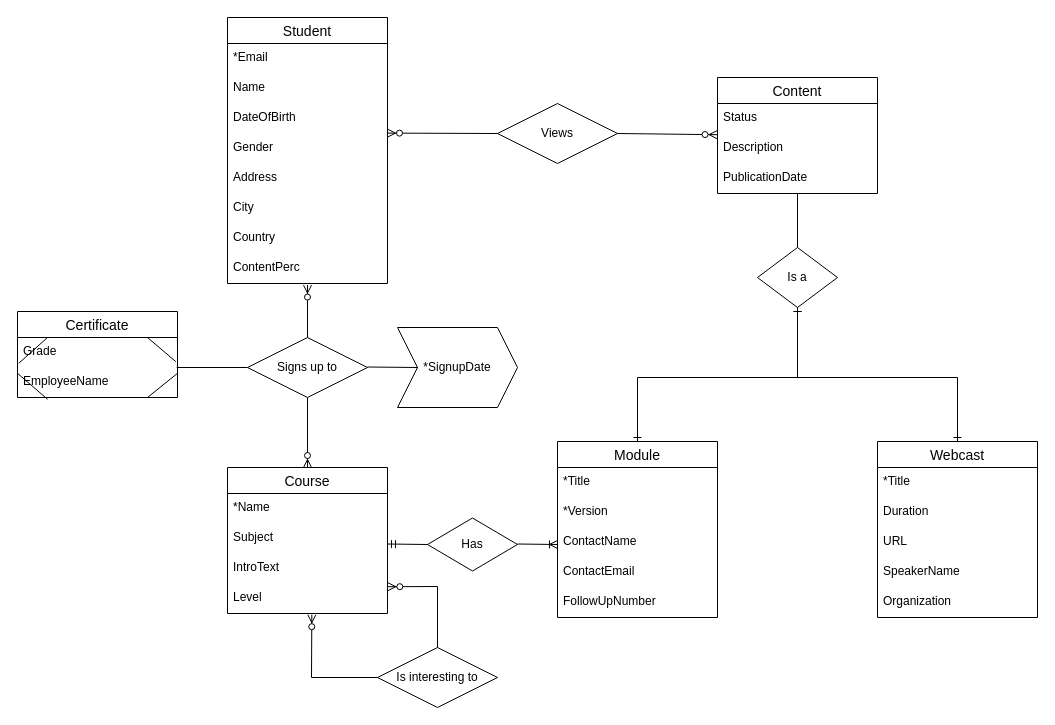
The draw.io diagram Diagrammen/ERD.drawio in TeaDrinkingProgrammer/MRLS-programmeren2, before the edit. Source tidied: cells renumbered, new cells numbered last; positions are measured from the earlier drawing's top-left corner, leaving out a move shared by most shapes. Both pictures are drawn from the tidied source at 100%, with x=0, y=0 at pixel (17, 17).
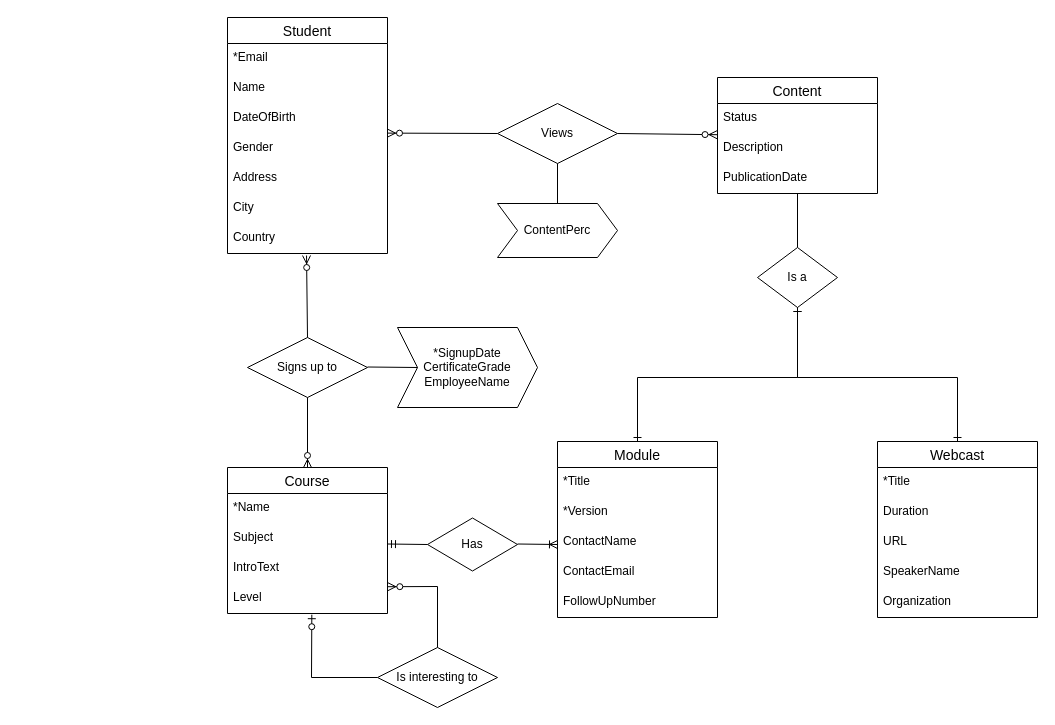
After the change.

Commit message:
Improved ERD

Unchanged cells that the change refers to:
```xml
<mxCell id="26" value="Level" style="text;strokeColor=none;fillColor=none;spacingLeft=4;spacingRight=4;overflow=hidden;points=[[0,0.5],[1,0.5]];portConstraint=eastwest;fontSize=12;" parent="22" vertex="1">
  <mxGeometry y="116" width="160" height="30" as="geometry" />
</mxCell>
<mxCell id="37" value="Country" style="text;strokeColor=none;fillColor=none;spacingLeft=4;spacingRight=4;overflow=hidden;points=[[0,0.5],[1,0.5]];portConstraint=eastwest;fontSize=12;" parent="30" vertex="1">
  <mxGeometry y="206" width="160" height="30" as="geometry" />
</mxCell>
<mxCell id="39" value="Views" style="shape=rhombus;perimeter=rhombusPerimeter;whiteSpace=wrap;html=1;align=center;" parent="1" vertex="1">
  <mxGeometry x="480" y="86" width="120" height="60" as="geometry" />
</mxCell>
<mxCell id="43" value="Signs up to" style="shape=rhombus;perimeter=rhombusPerimeter;whiteSpace=wrap;html=1;align=center;" parent="1" vertex="1">
  <mxGeometry x="230" y="320" width="120" height="60" as="geometry" />
</mxCell>
<mxCell id="55" value="Is interesting to" style="shape=rhombus;perimeter=rhombusPerimeter;whiteSpace=wrap;html=1;align=center;" parent="1" vertex="1">
  <mxGeometry x="360" y="630" width="120" height="60" as="geometry" />
</mxCell>
```

Change to the diagram source:
```diff
@@
     <mxCell id="30" value="Student" style="swimlane;fontStyle=0;horizontal=1;startSize=26;align=center;fontSize=14;" parent="1" vertex="1">
-      <mxGeometry x="210" width="160" height="266" as="geometry" />
+      <mxGeometry x="210" width="160" height="236" as="geometry" />
     </mxCell>
@@
-    <mxCell id="38" value="ContentPerc" style="text;strokeColor=none;fillColor=none;spacingLeft=4;spacingRight=4;overflow=hidden;points=[[0,0.5],[1,0.5]];portConstraint=eastwest;fontSize=12;" parent="30" vertex="1">
-      <mxGeometry y="236" width="160" height="30" as="geometry" />
-    </mxCell>
@@
-    <mxCell id="42" value="*SignupDate" style="shape=step;perimeter=stepPerimeter;whiteSpace=wrap;html=1;fixedSize=1;size=20;" parent="1" vertex="1">
-      <mxGeometry x="380" y="310" width="120" height="80" as="geometry" />
+    <mxCell id="42" value="*SignupDate&lt;br&gt;CertificateGrade&lt;br&gt;EmployeeName" style="shape=step;perimeter=stepPerimeter;whiteSpace=wrap;html=1;fixedSize=1;size=20;" parent="1" vertex="1">
+      <mxGeometry x="380" y="310" width="140" height="80" as="geometry" />
     </mxCell>
@@
-    <mxCell id="44" style="endArrow=ERzeroToMany;html=1;rounded=0;exitX=0.5;exitY=0;exitDx=0;exitDy=0;entryX=0.5;entryY=1.053;entryDx=0;entryDy=0;entryPerimeter=0;endFill=1;" parent="1" edge="1" source="43" target="38">
+    <mxCell id="44" style="endArrow=ERzeroToMany;html=1;rounded=0;exitX=0.5;exitY=0;exitDx=0;exitDy=0;endFill=1;entryX=0.494;entryY=1.067;entryDx=0;entryDy=0;entryPerimeter=0;" parent="1" edge="1" source="43" target="37">
       <mxGeometry relative="1" as="geometry" />
     </mxCell>
@@
-    <mxCell id="47" style="endArrow=none;html=1;rounded=0;entryX=0;entryY=0.5;entryDx=0;entryDy=0;exitX=0.995;exitY=0;exitDx=0;exitDy=0;exitPerimeter=0;" parent="1" edge="1" source="53" target="43">
-      <mxGeometry relative="1" as="geometry" />
-    </mxCell>
-    <mxCell id="48" value="Certificate" style="swimlane;fontStyle=0;horizontal=1;startSize=26;align=center;fontSize=14;" parent="1" vertex="1">
-      <mxGeometry y="294" width="160" height="86" as="geometry" />
-    </mxCell>
-    <mxCell id="49" style="endArrow=none;html=1;exitX=0.008;exitY=-0.14;exitDx=0;exitDy=0;exitPerimeter=0;" parent="48" edge="1">
-      <mxGeometry relative="1" as="geometry">
-        <mxPoint x="130" y="26" as="sourcePoint" />
-        <mxPoint x="158.4" y="50.2" as="targetPoint" />
-      </mxGeometry>
-    </mxCell>
-    <mxCell id="50" value="Grade" style="text;strokeColor=none;fillColor=none;spacingLeft=4;spacingRight=4;overflow=hidden;fontSize=12;" parent="48" vertex="1">
-      <mxGeometry y="26" width="160" height="30" as="geometry" />
-    </mxCell>
-    <mxCell id="51" style="endArrow=none;html=1;exitX=0.008;exitY=-0.14;exitDx=0;exitDy=0;exitPerimeter=0;" parent="48" edge="1" source="53">
-      <mxGeometry relative="1" as="geometry">
-        <mxPoint x="30" y="26" as="targetPoint" />
-      </mxGeometry>
-    </mxCell>
-    <mxCell id="52" style="endArrow=none;html=1;exitX=0.008;exitY=-0.14;exitDx=0;exitDy=0;exitPerimeter=0;entryX=0.188;entryY=1.06;entryDx=0;entryDy=0;entryPerimeter=0;" parent="48" edge="1" target="53">
-      <mxGeometry relative="1" as="geometry">
-        <mxPoint y="61.8" as="sourcePoint" />
-      </mxGeometry>
-    </mxCell>
-    <mxCell id="53" value="EmployeeName" style="text;strokeColor=none;fillColor=none;spacingLeft=4;spacingRight=4;overflow=hidden;points=[[0,0.5],[1,0.5]];portConstraint=eastwest;fontSize=12;" parent="48" vertex="1">
-      <mxGeometry y="56" width="160" height="30" as="geometry" />
-    </mxCell>
-    <mxCell id="54" style="endArrow=none;html=1;exitX=0.008;exitY=-0.14;exitDx=0;exitDy=0;exitPerimeter=0;" parent="48" edge="1">
-      <mxGeometry relative="1" as="geometry">
-        <mxPoint x="160" y="61.8" as="sourcePoint" />
-        <mxPoint x="130" y="86" as="targetPoint" />
-      </mxGeometry>
-    </mxCell>
@@
-    <mxCell id="56" style="endArrow=ERzeroToMany;html=1;rounded=0;exitX=0;exitY=0.5;exitDx=0;exitDy=0;entryX=0.527;entryY=1.04;entryDx=0;entryDy=0;entryPerimeter=0;startArrow=none;startFill=0;endFill=1;" parent="1" edge="1" source="55" target="26">
+    <mxCell id="56" style="endArrow=ERzeroToOne;html=1;rounded=0;exitX=0;exitY=0.5;exitDx=0;exitDy=0;entryX=0.527;entryY=1.04;entryDx=0;entryDy=0;entryPerimeter=0;startArrow=none;startFill=0;endFill=1;" parent="1" edge="1" source="55" target="26">
       <mxGeometry relative="1" as="geometry">
         <Array as="points">
           <mxPoint x="294" y="660" />
         </Array>
       </mxGeometry>
     </mxCell>
@@
+    <mxCell id="38" value="ContentPerc" style="shape=step;perimeter=stepPerimeter;whiteSpace=wrap;html=1;fixedSize=1;" parent="1" vertex="1">
+      <mxGeometry x="480" y="186" width="120" height="54" as="geometry" />
+    </mxCell>
+    <mxCell id="58" style="endArrow=none;html=1;exitX=0.5;exitY=0;exitDx=0;exitDy=0;entryX=0.5;entryY=1;entryDx=0;entryDy=0;" parent="1" edge="1" source="38" target="39">
+      <mxGeometry relative="1" as="geometry" />
+    </mxCell>
```
